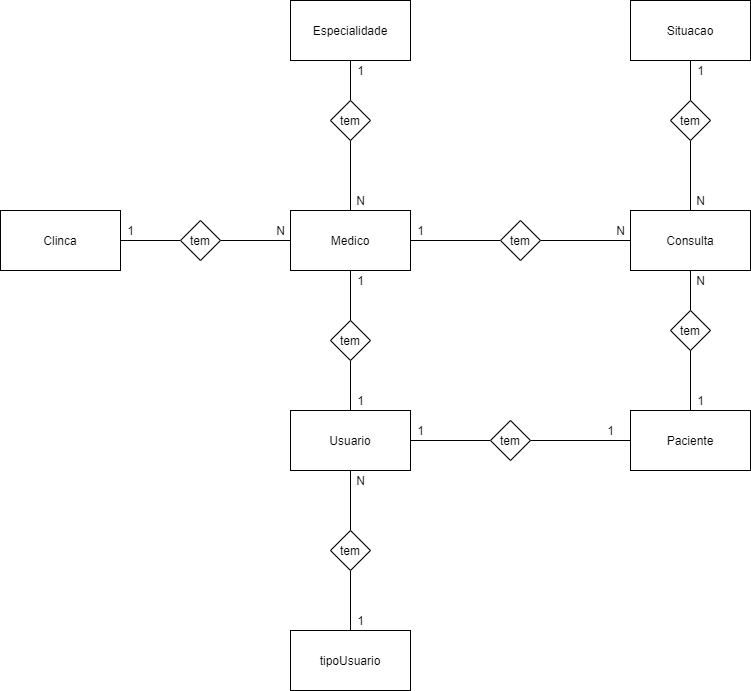
Above: Conseitual.png in derlisgeorges/Projeto-SP-MedGroup (draw.io), before the change. Source tidied: cells renumbered, new cells last; positions are measured from the earlier drawing's top-left corner, leaving out a move shared by most shapes. Source of this version:
```xml
<mxGraphModel>
  <root>
    <mxCell id="0" />
    <mxCell id="1" parent="0" />
    <mxCell id="2" style="edgeStyle=orthogonalEdgeStyle;rounded=0;jettySize=auto;html=1;entryX=0.5;entryY=0;entryDx=0;entryDy=0;endArrow=none;endFill=0;" parent="1" edge="1" source="3" target="25">
      <mxGeometry relative="1" as="geometry" />
    </mxCell>
    <mxCell id="3" value="Especialidade" style="rounded=0;whiteSpace=wrap;html=1;" parent="1" vertex="1">
      <mxGeometry x="290" width="120" height="60" as="geometry" />
    </mxCell>
    <mxCell id="4" style="edgeStyle=orthogonalEdgeStyle;rounded=0;jettySize=auto;html=1;entryX=0;entryY=0.5;entryDx=0;entryDy=0;endArrow=none;endFill=0;" parent="1" edge="1" source="5" target="31">
      <mxGeometry relative="1" as="geometry" />
    </mxCell>
    <mxCell id="5" value="Clinca" style="rounded=0;whiteSpace=wrap;html=1;" parent="1" vertex="1">
      <mxGeometry y="210" width="120" height="60" as="geometry" />
    </mxCell>
    <mxCell id="6" style="edgeStyle=orthogonalEdgeStyle;rounded=0;jettySize=auto;html=1;exitX=0.5;exitY=1;exitDx=0;exitDy=0;endArrow=none;endFill=0;" parent="1" edge="1" source="8" target="30">
      <mxGeometry relative="1" as="geometry" />
    </mxCell>
    <mxCell id="7" style="edgeStyle=orthogonalEdgeStyle;rounded=0;jettySize=auto;html=1;exitX=1;exitY=0.5;exitDx=0;exitDy=0;entryX=0;entryY=0.5;entryDx=0;entryDy=0;endArrow=none;endFill=0;" parent="1" edge="1" source="8" target="47">
      <mxGeometry relative="1" as="geometry" />
    </mxCell>
    <mxCell id="8" value="Usuario" style="rounded=0;whiteSpace=wrap;html=1;" parent="1" vertex="1">
      <mxGeometry x="290" y="410" width="120" height="60" as="geometry" />
    </mxCell>
    <mxCell id="9" style="edgeStyle=orthogonalEdgeStyle;rounded=0;jettySize=auto;html=1;endArrow=none;endFill=0;" parent="1" edge="1" source="12" target="27">
      <mxGeometry relative="1" as="geometry" />
    </mxCell>
    <mxCell id="10" style="edgeStyle=orthogonalEdgeStyle;rounded=0;jettySize=auto;html=1;entryX=1;entryY=0.5;entryDx=0;entryDy=0;endArrow=none;endFill=0;" parent="1" edge="1" source="12" target="31">
      <mxGeometry relative="1" as="geometry" />
    </mxCell>
    <mxCell id="11" style="edgeStyle=orthogonalEdgeStyle;rounded=0;jettySize=auto;html=1;endArrow=none;endFill=0;" parent="1" edge="1" source="12" target="32">
      <mxGeometry relative="1" as="geometry" />
    </mxCell>
    <mxCell id="12" value="Medico" style="rounded=0;whiteSpace=wrap;html=1;" parent="1" vertex="1">
      <mxGeometry x="290" y="210" width="120" height="60" as="geometry" />
    </mxCell>
    <mxCell id="13" style="edgeStyle=orthogonalEdgeStyle;rounded=0;jettySize=auto;html=1;endArrow=none;endFill=0;" parent="1" edge="1" source="14" target="30">
      <mxGeometry relative="1" as="geometry" />
    </mxCell>
    <mxCell id="14" value="tipoUsuario" style="rounded=0;whiteSpace=wrap;html=1;" parent="1" vertex="1">
      <mxGeometry x="290" y="630" width="120" height="60" as="geometry" />
    </mxCell>
    <mxCell id="15" style="edgeStyle=orthogonalEdgeStyle;rounded=0;jettySize=auto;html=1;exitX=0.5;exitY=1;exitDx=0;exitDy=0;endArrow=none;endFill=0;" parent="1" edge="1" source="17" target="29">
      <mxGeometry relative="1" as="geometry" />
    </mxCell>
    <mxCell id="16" style="edgeStyle=orthogonalEdgeStyle;rounded=0;jettySize=auto;html=1;exitX=0;exitY=0.5;exitDx=0;exitDy=0;entryX=1;entryY=0.5;entryDx=0;entryDy=0;endArrow=none;endFill=0;" parent="1" edge="1" source="17" target="32">
      <mxGeometry relative="1" as="geometry" />
    </mxCell>
    <mxCell id="17" value="Consulta" style="rounded=0;whiteSpace=wrap;html=1;" parent="1" vertex="1">
      <mxGeometry x="630" y="210" width="120" height="60" as="geometry" />
    </mxCell>
    <mxCell id="18" style="edgeStyle=orthogonalEdgeStyle;rounded=0;jettySize=auto;html=1;exitX=0.5;exitY=1;exitDx=0;exitDy=0;endArrow=none;endFill=0;" parent="1" edge="1" source="19" target="23">
      <mxGeometry relative="1" as="geometry" />
    </mxCell>
    <mxCell id="19" value="Situacao" style="rounded=0;whiteSpace=wrap;html=1;" parent="1" vertex="1">
      <mxGeometry x="630" width="120" height="60" as="geometry" />
    </mxCell>
    <mxCell id="20" style="edgeStyle=orthogonalEdgeStyle;rounded=0;jettySize=auto;html=1;exitX=0;exitY=0.5;exitDx=0;exitDy=0;entryX=1;entryY=0.5;entryDx=0;entryDy=0;endArrow=none;endFill=0;" parent="1" edge="1" source="21" target="47">
      <mxGeometry relative="1" as="geometry" />
    </mxCell>
    <mxCell id="21" value="Paciente" style="rounded=0;whiteSpace=wrap;html=1;" parent="1" vertex="1">
      <mxGeometry x="630" y="410" width="120" height="60" as="geometry" />
    </mxCell>
    <mxCell id="22" style="edgeStyle=orthogonalEdgeStyle;rounded=0;jettySize=auto;html=1;exitX=0.5;exitY=1;exitDx=0;exitDy=0;endArrow=none;endFill=0;" parent="1" edge="1" source="23" target="17">
      <mxGeometry relative="1" as="geometry" />
    </mxCell>
    <mxCell id="23" value="tem" style="rhombus;whiteSpace=wrap;html=1;" parent="1" vertex="1">
      <mxGeometry x="670" y="100" width="40" height="40" as="geometry" />
    </mxCell>
    <mxCell id="24" style="edgeStyle=orthogonalEdgeStyle;rounded=0;jettySize=auto;html=1;exitX=0.5;exitY=1;exitDx=0;exitDy=0;entryX=0.5;entryY=0;entryDx=0;entryDy=0;endArrow=none;endFill=0;" parent="1" edge="1" source="25" target="12">
      <mxGeometry relative="1" as="geometry" />
    </mxCell>
    <mxCell id="25" value="tem" style="rhombus;whiteSpace=wrap;html=1;" parent="1" vertex="1">
      <mxGeometry x="330" y="100" width="40" height="40" as="geometry" />
    </mxCell>
    <mxCell id="26" style="edgeStyle=orthogonalEdgeStyle;rounded=0;jettySize=auto;html=1;exitX=0.5;exitY=1;exitDx=0;exitDy=0;endArrow=none;endFill=0;" parent="1" edge="1" source="27" target="8">
      <mxGeometry relative="1" as="geometry" />
    </mxCell>
    <mxCell id="27" value="tem" style="rhombus;whiteSpace=wrap;html=1;" parent="1" vertex="1">
      <mxGeometry x="330" y="320" width="40" height="40" as="geometry" />
    </mxCell>
    <mxCell id="28" style="edgeStyle=orthogonalEdgeStyle;rounded=0;jettySize=auto;html=1;exitX=0.5;exitY=1;exitDx=0;exitDy=0;endArrow=none;endFill=0;" parent="1" edge="1" source="29" target="21">
      <mxGeometry relative="1" as="geometry" />
    </mxCell>
    <mxCell id="29" value="tem" style="rhombus;whiteSpace=wrap;html=1;" parent="1" vertex="1">
      <mxGeometry x="670" y="310" width="40" height="40" as="geometry" />
    </mxCell>
    <mxCell id="30" value="tem" style="rhombus;whiteSpace=wrap;html=1;" parent="1" vertex="1">
      <mxGeometry x="330" y="530" width="40" height="40" as="geometry" />
    </mxCell>
    <mxCell id="31" value="tem" style="rhombus;whiteSpace=wrap;html=1;" parent="1" vertex="1">
      <mxGeometry x="180" y="220" width="40" height="40" as="geometry" />
    </mxCell>
    <mxCell id="32" value="tem" style="rhombus;whiteSpace=wrap;html=1;" parent="1" vertex="1">
      <mxGeometry x="500" y="220" width="40" height="40" as="geometry" />
    </mxCell>
    <mxCell id="33" value="1" style="text;html=1;align=center;verticalAlign=middle;" parent="1" vertex="1">
      <mxGeometry x="690" y="60" width="20" height="20" as="geometry" />
    </mxCell>
    <mxCell id="34" value="N" style="text;html=1;align=center;verticalAlign=middle;" parent="1" vertex="1">
      <mxGeometry x="690" y="190" width="20" height="20" as="geometry" />
    </mxCell>
    <mxCell id="35" value="N" style="text;html=1;align=center;verticalAlign=middle;" parent="1" vertex="1">
      <mxGeometry x="690" y="270" width="20" height="20" as="geometry" />
    </mxCell>
    <mxCell id="36" value="1" style="text;html=1;align=center;verticalAlign=middle;" parent="1" vertex="1">
      <mxGeometry x="690" y="390" width="20" height="20" as="geometry" />
    </mxCell>
    <mxCell id="37" value="N" style="text;html=1;align=center;verticalAlign=middle;" parent="1" vertex="1">
      <mxGeometry x="610" y="220" width="20" height="20" as="geometry" />
    </mxCell>
    <mxCell id="38" value="1" style="text;html=1;align=center;verticalAlign=middle;" parent="1" vertex="1">
      <mxGeometry x="410" y="220" width="20" height="20" as="geometry" />
    </mxCell>
    <mxCell id="39" value="1" style="text;html=1;align=center;verticalAlign=middle;" parent="1" vertex="1">
      <mxGeometry x="350" y="60" width="20" height="20" as="geometry" />
    </mxCell>
    <mxCell id="40" value="N" style="text;html=1;align=center;verticalAlign=middle;" parent="1" vertex="1">
      <mxGeometry x="350" y="190" width="20" height="20" as="geometry" />
    </mxCell>
    <mxCell id="41" value="1" style="text;html=1;align=center;verticalAlign=middle;" parent="1" vertex="1">
      <mxGeometry x="350" y="270" width="20" height="20" as="geometry" />
    </mxCell>
    <mxCell id="42" value="1" style="text;html=1;align=center;verticalAlign=middle;" parent="1" vertex="1">
      <mxGeometry x="350" y="390" width="20" height="20" as="geometry" />
    </mxCell>
    <mxCell id="43" value="N" style="text;html=1;align=center;verticalAlign=middle;" parent="1" vertex="1">
      <mxGeometry x="350" y="470" width="20" height="20" as="geometry" />
    </mxCell>
    <mxCell id="44" value="1" style="text;html=1;align=center;verticalAlign=middle;" parent="1" vertex="1">
      <mxGeometry x="350" y="610" width="20" height="20" as="geometry" />
    </mxCell>
    <mxCell id="45" value="1" style="text;html=1;align=center;verticalAlign=middle;" parent="1" vertex="1">
      <mxGeometry x="120" y="220" width="20" height="20" as="geometry" />
    </mxCell>
    <mxCell id="46" value="N" style="text;html=1;align=center;verticalAlign=middle;" parent="1" vertex="1">
      <mxGeometry x="270" y="220" width="20" height="20" as="geometry" />
    </mxCell>
    <mxCell id="47" value="tem" style="rhombus;whiteSpace=wrap;html=1;" parent="1" vertex="1">
      <mxGeometry x="490" y="420" width="40" height="40" as="geometry" />
    </mxCell>
    <mxCell id="48" value="1" style="text;html=1;align=center;verticalAlign=middle;" parent="1" vertex="1">
      <mxGeometry x="600" y="420" width="20" height="20" as="geometry" />
    </mxCell>
    <mxCell id="49" value="1" style="text;html=1;align=center;verticalAlign=middle;" parent="1" vertex="1">
      <mxGeometry x="410" y="420" width="20" height="20" as="geometry" />
    </mxCell>
  </root>
</mxGraphModel>
```
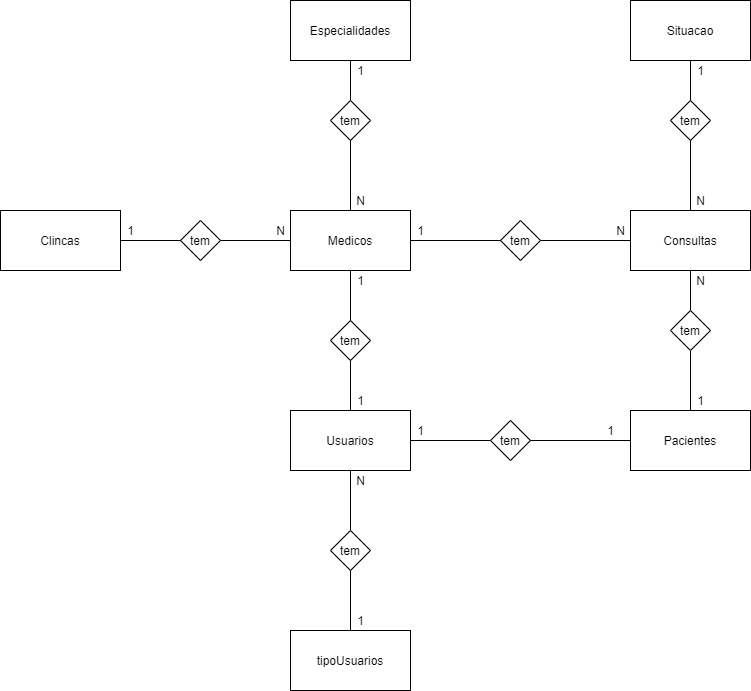
The same diagram one commit later.

Change to the diagram source:
```diff
@@ -5,13 +5,13 @@
     <mxCell id="2" style="edgeStyle=orthogonalEdgeStyle;rounded=0;jettySize=auto;html=1;entryX=0.5;entryY=0;entryDx=0;entryDy=0;endArrow=none;endFill=0;" parent="1" edge="1" source="3" target="25">
       <mxGeometry relative="1" as="geometry" />
     </mxCell>
-    <mxCell id="3" value="Especialidade" style="rounded=0;whiteSpace=wrap;html=1;" parent="1" vertex="1">
+    <mxCell id="3" value="Especialidades" style="rounded=0;whiteSpace=wrap;html=1;" parent="1" vertex="1">
       <mxGeometry x="290" width="120" height="60" as="geometry" />
     </mxCell>
     <mxCell id="4" style="edgeStyle=orthogonalEdgeStyle;rounded=0;jettySize=auto;html=1;entryX=0;entryY=0.5;entryDx=0;entryDy=0;endArrow=none;endFill=0;" parent="1" edge="1" source="5" target="31">
       <mxGeometry relative="1" as="geometry" />
     </mxCell>
-    <mxCell id="5" value="Clinca" style="rounded=0;whiteSpace=wrap;html=1;" parent="1" vertex="1">
+    <mxCell id="5" value="Clincas" style="rounded=0;whiteSpace=wrap;html=1;" parent="1" vertex="1">
       <mxGeometry y="210" width="120" height="60" as="geometry" />
     </mxCell>
     <mxCell id="6" style="edgeStyle=orthogonalEdgeStyle;rounded=0;jettySize=auto;html=1;exitX=0.5;exitY=1;exitDx=0;exitDy=0;endArrow=none;endFill=0;" parent="1" edge="1" source="8" target="30">
@@ -20,7 +20,7 @@
     <mxCell id="7" style="edgeStyle=orthogonalEdgeStyle;rounded=0;jettySize=auto;html=1;exitX=1;exitY=0.5;exitDx=0;exitDy=0;entryX=0;entryY=0.5;entryDx=0;entryDy=0;endArrow=none;endFill=0;" parent="1" edge="1" source="8" target="47">
       <mxGeometry relative="1" as="geometry" />
     </mxCell>
-    <mxCell id="8" value="Usuario" style="rounded=0;whiteSpace=wrap;html=1;" parent="1" vertex="1">
+    <mxCell id="8" value="Usuarios" style="rounded=0;whiteSpace=wrap;html=1;" parent="1" vertex="1">
       <mxGeometry x="290" y="410" width="120" height="60" as="geometry" />
     </mxCell>
     <mxCell id="9" style="edgeStyle=orthogonalEdgeStyle;rounded=0;jettySize=auto;html=1;endArrow=none;endFill=0;" parent="1" edge="1" source="12" target="27">
@@ -32,13 +32,13 @@
     <mxCell id="11" style="edgeStyle=orthogonalEdgeStyle;rounded=0;jettySize=auto;html=1;endArrow=none;endFill=0;" parent="1" edge="1" source="12" target="32">
       <mxGeometry relative="1" as="geometry" />
     </mxCell>
-    <mxCell id="12" value="Medico" style="rounded=0;whiteSpace=wrap;html=1;" parent="1" vertex="1">
+    <mxCell id="12" value="Medicos" style="rounded=0;whiteSpace=wrap;html=1;" parent="1" vertex="1">
       <mxGeometry x="290" y="210" width="120" height="60" as="geometry" />
     </mxCell>
     <mxCell id="13" style="edgeStyle=orthogonalEdgeStyle;rounded=0;jettySize=auto;html=1;endArrow=none;endFill=0;" parent="1" edge="1" source="14" target="30">
       <mxGeometry relative="1" as="geometry" />
     </mxCell>
-    <mxCell id="14" value="tipoUsuario" style="rounded=0;whiteSpace=wrap;html=1;" parent="1" vertex="1">
+    <mxCell id="14" value="tipoUsuarios" style="rounded=0;whiteSpace=wrap;html=1;" parent="1" vertex="1">
       <mxGeometry x="290" y="630" width="120" height="60" as="geometry" />
     </mxCell>
     <mxCell id="15" style="edgeStyle=orthogonalEdgeStyle;rounded=0;jettySize=auto;html=1;exitX=0.5;exitY=1;exitDx=0;exitDy=0;endArrow=none;endFill=0;" parent="1" edge="1" source="17" target="29">
@@ -47,7 +47,7 @@
     <mxCell id="16" style="edgeStyle=orthogonalEdgeStyle;rounded=0;jettySize=auto;html=1;exitX=0;exitY=0.5;exitDx=0;exitDy=0;entryX=1;entryY=0.5;entryDx=0;entryDy=0;endArrow=none;endFill=0;" parent="1" edge="1" source="17" target="32">
       <mxGeometry relative="1" as="geometry" />
     </mxCell>
-    <mxCell id="17" value="Consulta" style="rounded=0;whiteSpace=wrap;html=1;" parent="1" vertex="1">
+    <mxCell id="17" value="Consultas" style="rounded=0;whiteSpace=wrap;html=1;" parent="1" vertex="1">
       <mxGeometry x="630" y="210" width="120" height="60" as="geometry" />
     </mxCell>
     <mxCell id="18" style="edgeStyle=orthogonalEdgeStyle;rounded=0;jettySize=auto;html=1;exitX=0.5;exitY=1;exitDx=0;exitDy=0;endArrow=none;endFill=0;" parent="1" edge="1" source="19" target="23">
@@ -59,7 +59,7 @@
     <mxCell id="20" style="edgeStyle=orthogonalEdgeStyle;rounded=0;jettySize=auto;html=1;exitX=0;exitY=0.5;exitDx=0;exitDy=0;entryX=1;entryY=0.5;entryDx=0;entryDy=0;endArrow=none;endFill=0;" parent="1" edge="1" source="21" target="47">
       <mxGeometry relative="1" as="geometry" />
     </mxCell>
-    <mxCell id="21" value="Paciente" style="rounded=0;whiteSpace=wrap;html=1;" parent="1" vertex="1">
+    <mxCell id="21" value="Pacientes" style="rounded=0;whiteSpace=wrap;html=1;" parent="1" vertex="1">
       <mxGeometry x="630" y="410" width="120" height="60" as="geometry" />
     </mxCell>
     <mxCell id="22" style="edgeStyle=orthogonalEdgeStyle;rounded=0;jettySize=auto;html=1;exitX=0.5;exitY=1;exitDx=0;exitDy=0;endArrow=none;endFill=0;" parent="1" edge="1" source="23" target="17">
```
